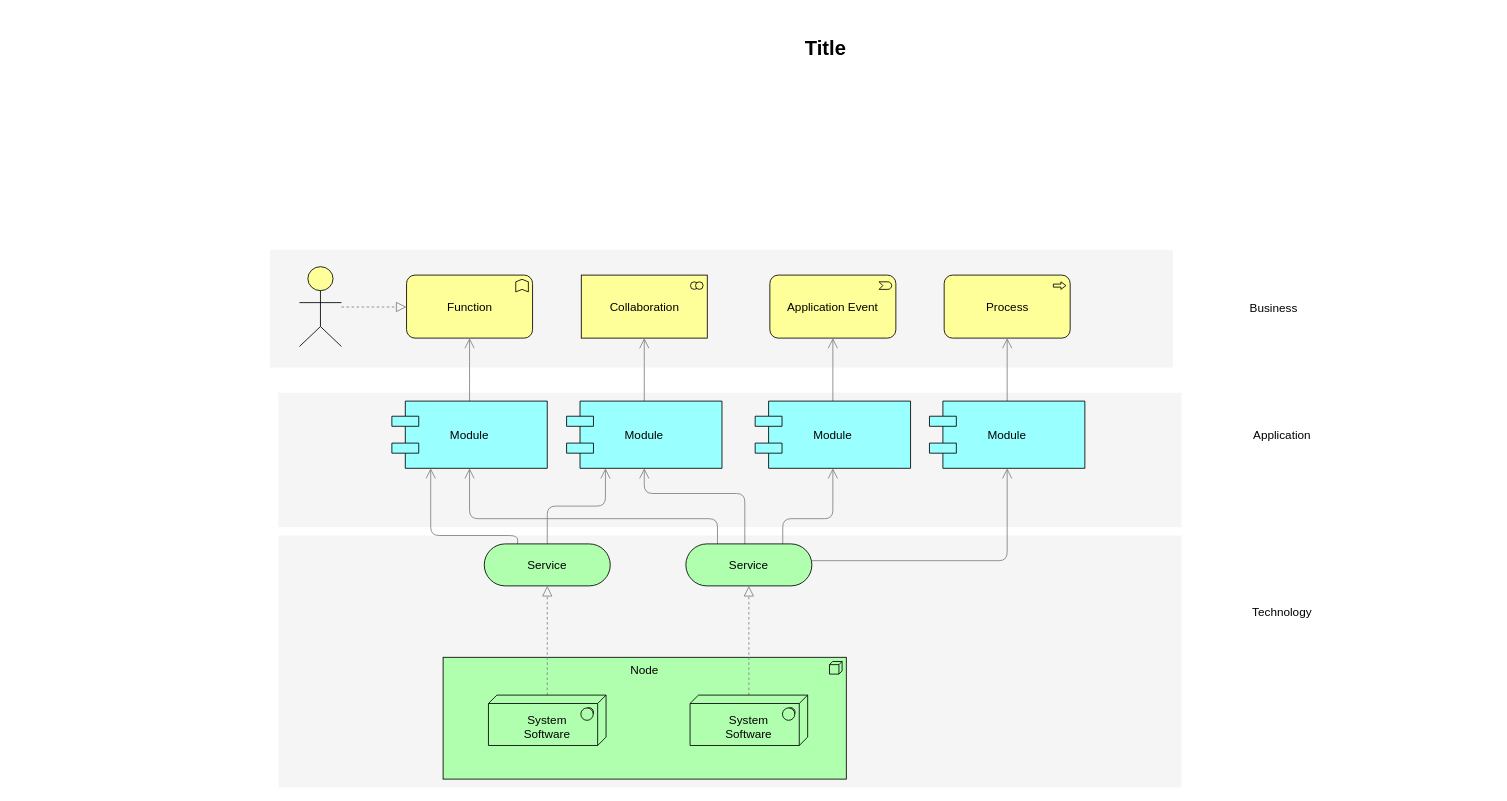
paopaolaowang/front keeps this draw.io diagram as Untitled Diagram.drawio. Above is the earlier version. Source tidied: cells renumbered, new cells numbered last; positions are measured from the earlier drawing's top-left corner, leaving out a move shared by most shapes. Both pictures are drawn from the tidied source at 84%, with x=0, y=0 at pixel (157, 31).
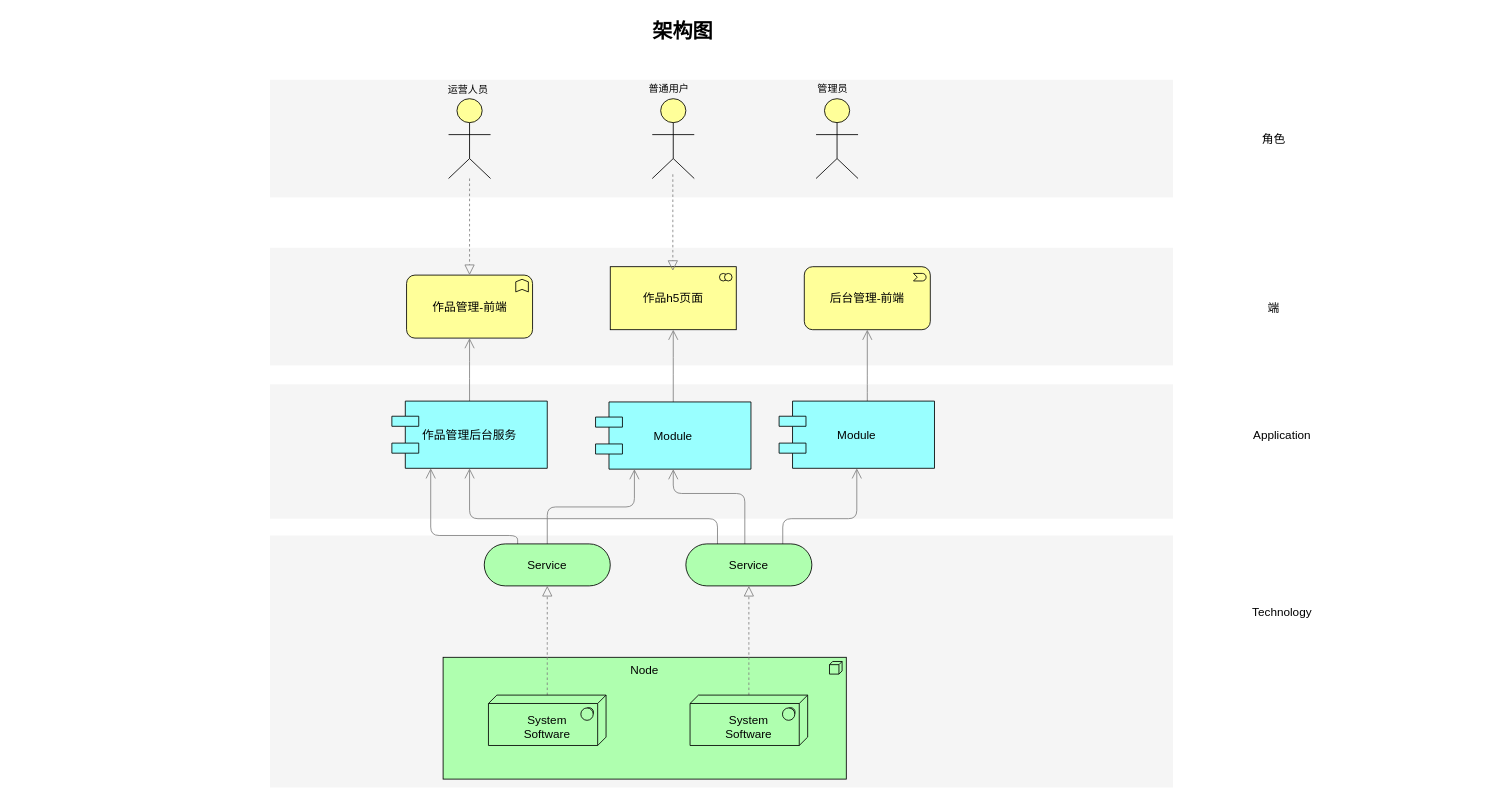
The same page after the edit.

Commit message:
架构图测试.drawio

The change refers to these unchanged cells:
```xml
<mxCell id="17" value="Service" style="html=1;whiteSpace=wrap;fillColor=#AFFFAF;shape=mxgraph.archimate3.service;fontSize=14;" parent="1" vertex="1">
  <mxGeometry x="629" y="610" width="150" height="50" as="geometry" />
</mxCell>
```

What changed in the source:
```diff
@@
+    <mxCell id="36" style="whiteSpace=wrap;html=1;strokeColor=none;strokeWidth=1;fillColor=#f5f5f5;fontSize=14;" parent="1" vertex="1">
+      <mxGeometry x="134" y="57.5" width="1075" height="140" as="geometry" />
+    </mxCell>
     <mxCell id="2" style="whiteSpace=wrap;html=1;strokeColor=none;strokeWidth=1;fillColor=#f5f5f5;fontSize=14;" parent="1" vertex="1">
-      <mxGeometry x="144" y="600" width="1075" height="300" as="geometry" />
+      <mxGeometry x="134" y="600" width="1075" height="300" as="geometry" />
     </mxCell>
     <mxCell id="3" style="whiteSpace=wrap;html=1;strokeColor=none;strokeWidth=1;fillColor=#f5f5f5;fontSize=14;" parent="1" vertex="1">
-      <mxGeometry x="144" y="430" width="1075" height="160" as="geometry" />
+      <mxGeometry x="134" y="420" width="1075" height="160" as="geometry" />
     </mxCell>
     <mxCell id="4" style="whiteSpace=wrap;html=1;strokeColor=none;strokeWidth=1;fillColor=#f5f5f5;fontSize=14;" parent="1" vertex="1">
-      <mxGeometry x="134" y="260" width="1075" height="140" as="geometry" />
+      <mxGeometry x="134" y="257.5" width="1075" height="140" as="geometry" />
     </mxCell>
@@
-    <mxCell id="13" style="edgeStyle=elbowEdgeStyle;rounded=1;elbow=vertical;html=1;startSize=10;endArrow=open;endFill=0;endSize=10;jettySize=auto;strokeColor=#808080;fontSize=14;" parent="1" edge="1" source="17" target="25">
-      <mxGeometry relative="1" as="geometry">
-        <Array as="points">
-          <mxPoint x="859" y="630" />
-        </Array>
-      </mxGeometry>
-    </mxCell>
@@
-    <mxCell id="19" value="Module" style="shape=component;align=center;fillColor=#99ffff;gradientColor=none;fontSize=14;" parent="1" vertex="1">
+    <mxCell id="19" value="作品管理后台服务" style="shape=component;align=center;fillColor=#99ffff;gradientColor=none;fontSize=14;" parent="1" vertex="1">
       <mxGeometry x="279" y="440" width="185" height="80" as="geometry" />
     </mxCell>
@@
     <mxCell id="21" value="Module" style="shape=component;align=center;fillColor=#99ffff;gradientColor=none;fontSize=14;" parent="1" vertex="1">
-      <mxGeometry x="487" y="440" width="185" height="80" as="geometry" />
+      <mxGeometry x="521.5" y="441" width="185" height="80" as="geometry" />
     </mxCell>
     <mxCell id="22" style="edgeStyle=elbowEdgeStyle;rounded=1;elbow=vertical;html=1;startSize=10;endArrow=open;endFill=0;endSize=10;jettySize=auto;strokeColor=#808080;fontSize=14;" parent="1" edge="1" source="23" target="28">
-      <mxGeometry relative="1" as="geometry" />
+      <mxGeometry relative="1" as="geometry">
+        <Array as="points">
+          <mxPoint x="845" y="420" />
+        </Array>
+      </mxGeometry>
     </mxCell>
     <mxCell id="23" value="Module" style="shape=component;align=center;fillColor=#99ffff;gradientColor=none;fontSize=14;" parent="1" vertex="1">
-      <mxGeometry x="711.5" y="440" width="185" height="80" as="geometry" />
+      <mxGeometry x="740" y="440" width="185" height="80" as="geometry" />
     </mxCell>
-    <mxCell id="24" style="edgeStyle=elbowEdgeStyle;rounded=1;elbow=vertical;html=1;startSize=10;endArrow=open;endFill=0;endSize=10;jettySize=auto;strokeColor=#808080;fontSize=14;" parent="1" edge="1" source="25" target="29">
-      <mxGeometry relative="1" as="geometry" />
-    </mxCell>
-    <mxCell id="25" value="Module" style="shape=component;align=center;fillColor=#99ffff;gradientColor=none;fontSize=14;" parent="1" vertex="1">
-      <mxGeometry x="919" y="440" width="185" height="80" as="geometry" />
-    </mxCell>
-    <mxCell id="26" value="Function" style="html=1;whiteSpace=wrap;fillColor=#ffff99;shape=mxgraph.archimate3.application;appType=func;archiType=rounded;fontSize=14;" parent="1" vertex="1">
+    <mxCell id="26" value="作品管理-前端" style="html=1;whiteSpace=wrap;fillColor=#ffff99;shape=mxgraph.archimate3.application;appType=func;archiType=rounded;fontSize=14;" parent="1" vertex="1">
       <mxGeometry x="296.5" y="290" width="150" height="75" as="geometry" />
     </mxCell>
-    <mxCell id="27" value="Collaboration" style="html=1;whiteSpace=wrap;fillColor=#ffff99;shape=mxgraph.archimate3.application;appType=collab;archiType=square;fontSize=14;" parent="1" vertex="1">
-      <mxGeometry x="504.5" y="290" width="150" height="75" as="geometry" />
+    <mxCell id="27" value="作品h5页面" style="html=1;whiteSpace=wrap;fillColor=#ffff99;shape=mxgraph.archimate3.application;appType=collab;archiType=square;fontSize=14;" parent="1" vertex="1">
+      <mxGeometry x="539" y="280" width="150" height="75" as="geometry" />
     </mxCell>
-    <mxCell id="28" value="Application Event" style="html=1;whiteSpace=wrap;fillColor=#ffff99;shape=mxgraph.archimate3.application;appType=event;archiType=rounded;fontSize=14;" parent="1" vertex="1">
-      <mxGeometry x="729" y="290" width="150" height="75" as="geometry" />
+    <mxCell id="28" value="后台管理-前端" style="html=1;whiteSpace=wrap;fillColor=#ffff99;shape=mxgraph.archimate3.application;appType=event;archiType=rounded;fontSize=14;" parent="1" vertex="1">
+      <mxGeometry x="770" y="280" width="150" height="75" as="geometry" />
     </mxCell>
-    <mxCell id="29" value="Process" style="html=1;whiteSpace=wrap;fillColor=#ffff99;shape=mxgraph.archimate3.application;appType=proc;archiType=rounded;fontSize=14;" parent="1" vertex="1">
-      <mxGeometry x="936.5" y="290" width="150" height="75" as="geometry" />
-    </mxCell>
@@
-    <mxCell id="32" value="Business" style="text;html=1;strokeColor=none;fillColor=none;align=center;verticalAlign=middle;whiteSpace=wrap;fontSize=14;" parent="1" vertex="1">
+    <mxCell id="32" value="端" style="text;html=1;strokeColor=none;fillColor=none;align=center;verticalAlign=middle;whiteSpace=wrap;fontSize=14;" parent="1" vertex="1">
       <mxGeometry x="1209" y="319" width="240" height="20" as="geometry" />
     </mxCell>
@@
     <mxCell id="34" style="html=1;whiteSpace=wrap;fillColor=#ffff99;shape=mxgraph.archimate3.actor;fontSize=14;" parent="1" vertex="1">
-      <mxGeometry x="169" y="280" width="50" height="95" as="geometry" />
+      <mxGeometry x="346.5" y="80" width="50" height="95" as="geometry" />
     </mxCell>
-    <mxCell id="35" value="Title" style="text;strokeColor=none;fillColor=none;html=1;fontSize=24;fontStyle=1;verticalAlign=middle;align=center;" parent="1" vertex="1">
-      <mxGeometry width="1590" height="40" as="geometry" />
+    <mxCell id="35" value="架构图" style="text;strokeColor=none;fillColor=none;html=1;fontSize=24;fontStyle=1;verticalAlign=middle;align=center;" parent="1" vertex="1">
+      <mxGeometry x="-170" y="-20" width="1590" height="40" as="geometry" />
     </mxCell>
+    <mxCell id="37" value="角色" style="text;html=1;strokeColor=none;fillColor=none;align=center;verticalAlign=middle;whiteSpace=wrap;fontSize=14;" parent="1" vertex="1">
+      <mxGeometry x="1209" y="117.5" width="240" height="20" as="geometry" />
+    </mxCell>
+    <mxCell id="38" value="运营人员" style="text;html=1;strokeColor=none;fillColor=none;align=center;verticalAlign=middle;whiteSpace=wrap;rounded=0;" parent="1" vertex="1">
+      <mxGeometry x="340" y="60" width="60" height="20" as="geometry" />
+    </mxCell>
+    <mxCell id="39" style="html=1;whiteSpace=wrap;fillColor=#ffff99;shape=mxgraph.archimate3.actor;fontSize=14;" parent="1" vertex="1">
+      <mxGeometry x="589" y="80" width="50" height="95" as="geometry" />
+    </mxCell>
+    <mxCell id="40" value="普通用户" style="text;html=1;strokeColor=none;fillColor=none;align=center;verticalAlign=middle;whiteSpace=wrap;rounded=0;" parent="1" vertex="1">
+      <mxGeometry x="579" y="57.5" width="60" height="20" as="geometry" />
+    </mxCell>
+    <mxCell id="41" style="edgeStyle=elbowEdgeStyle;rounded=1;elbow=vertical;html=1;dashed=1;startSize=10;endArrow=block;endFill=0;endSize=10;jettySize=auto;orthogonalLoop=1;strokeColor=#808080;fontSize=14;" parent="1" edge="1">
+      <mxGeometry relative="1" as="geometry">
+        <mxPoint x="613.5" y="170" as="sourcePoint" />
+        <mxPoint x="613.5" y="285" as="targetPoint" />
+      </mxGeometry>
+    </mxCell>
+    <mxCell id="42" style="html=1;whiteSpace=wrap;fillColor=#ffff99;shape=mxgraph.archimate3.actor;fontSize=14;" parent="1" vertex="1">
+      <mxGeometry x="784" y="80" width="50" height="95" as="geometry" />
+    </mxCell>
+    <mxCell id="43" value="管理员" style="text;html=1;strokeColor=none;fillColor=none;align=center;verticalAlign=middle;whiteSpace=wrap;rounded=0;" parent="1" vertex="1">
+      <mxGeometry x="774" y="57.5" width="60" height="20" as="geometry" />
+    </mxCell>
```
